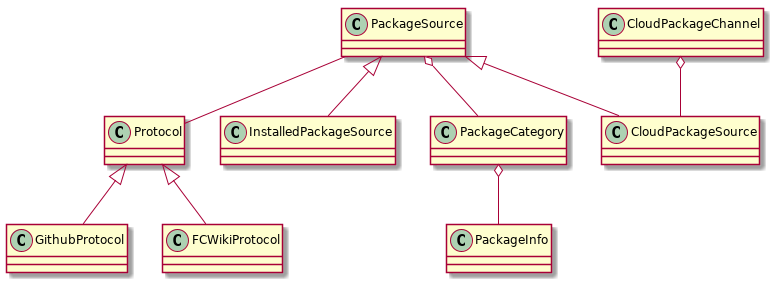
Earlier version of the PlantUML export Resources/docs/core-classes.png (mnesarco/FreeCAD_ExtMan).
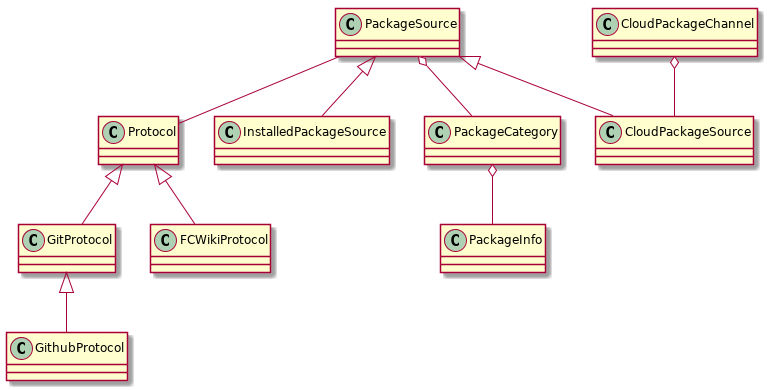
Above is the later version.

What changed in the source:
```diff
@@ -1,5 +1,6 @@
 @startuml
-Protocol <|-- GithubProtocol
+Protocol <|-- GitProtocol
+GitProtocol <|-- GithubProtocol
 Protocol <|-- FCWikiProtocol
 PackageSource <|-- InstalledPackageSource
 PackageSource <|-- CloudPackageSource
```
